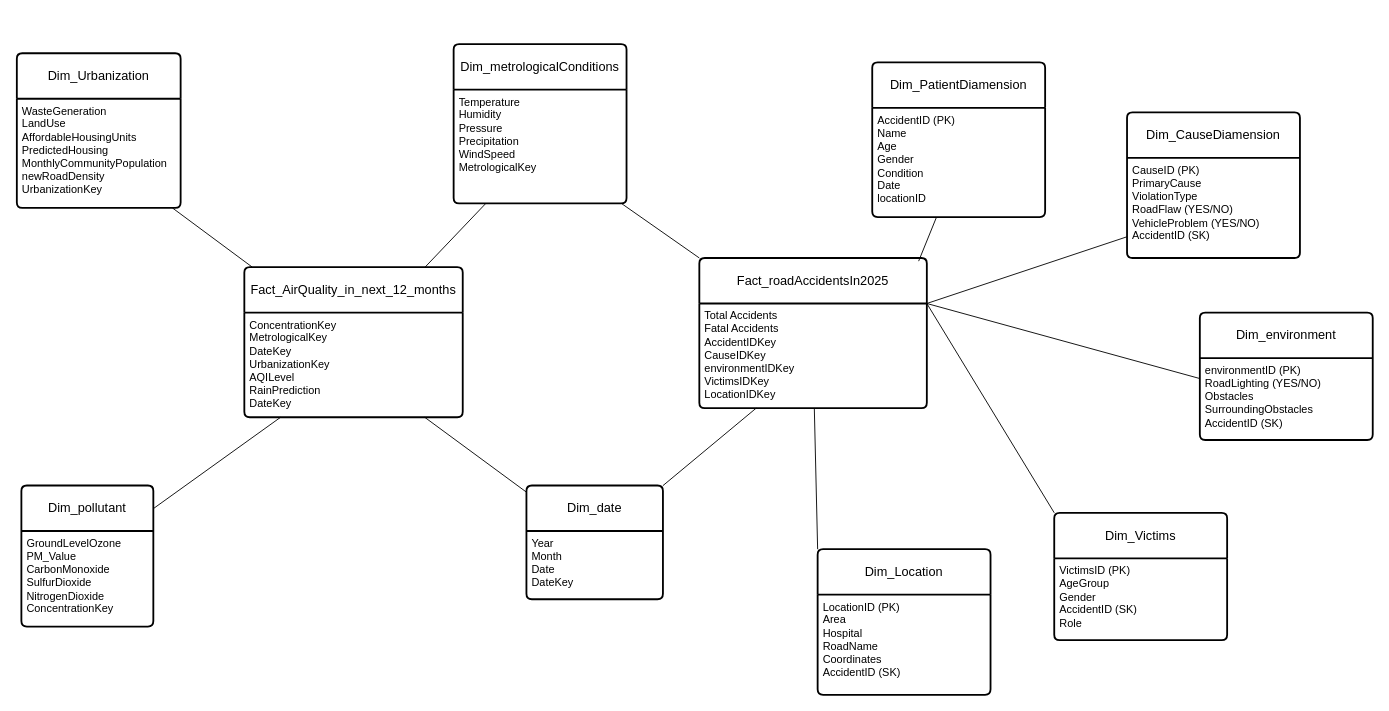
MrRaveen/Weather-Prediction keeps this draw.io diagram as Weather_prediction.drawio. Above is the earlier version. Source tidied: cells renumbered, new cells numbered last; positions are measured from the earlier drawing's top-left corner, leaving out a move shared by most shapes. Both pictures are drawn from the tidied source at 91%, with x=0, y=0 at pixel (16, 44).
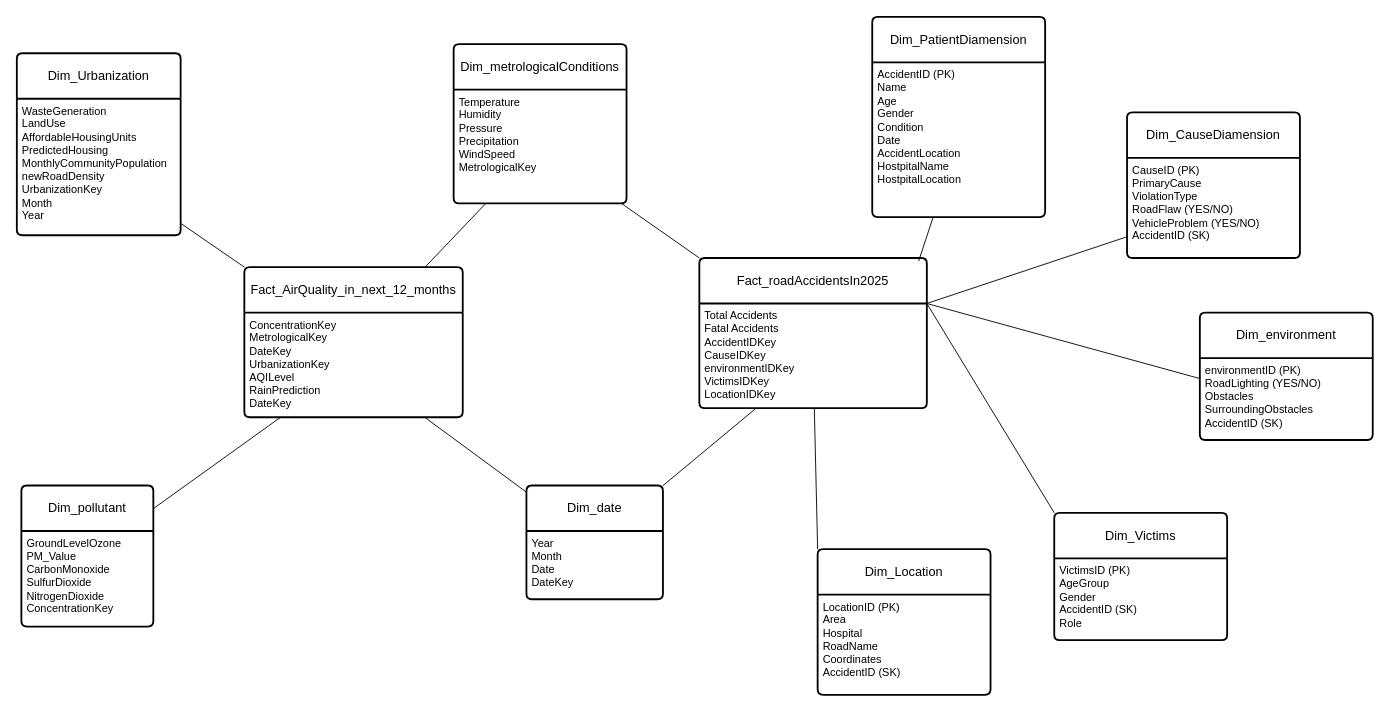
The same diagram, later.

Diff of the diagram source:
```diff
@@
     <mxCell id="4" value="Dim_Urbanization" style="swimlane;horizontal=1;startSize=50;rounded=1;fontSize=14;fontStyle=0;strokeWidth=2;shadow=0;dashed=0;align=center;arcSize=4;whiteSpace=wrap;html=1;" parent="1" vertex="1">
-      <mxGeometry y="10" width="180" height="170" as="geometry" />
+      <mxGeometry y="10" width="180" height="200" as="geometry" />
     </mxCell>
-    <mxCell id="5" value="WasteGeneration&lt;div&gt;LandUse&lt;/div&gt;&lt;div&gt;AffordableHousingUnits&amp;nbsp;&lt;/div&gt;&lt;div&gt;PredictedHousing&lt;/div&gt;&lt;div&gt;MonthlyCommunityPopulation&lt;/div&gt;&lt;div&gt;newRoadDensity&lt;/div&gt;&lt;div&gt;UrbanizationKey&lt;/div&gt;" style="align=left;strokeColor=none;fillColor=none;spacingLeft=4;spacingRight=4;fontSize=12;verticalAlign=top;html=1;whiteSpace=wrap;" parent="4" vertex="1">
-      <mxGeometry y="50" width="180" height="120" as="geometry" />
+    <mxCell id="5" value="WasteGeneration&lt;div&gt;LandUse&lt;/div&gt;&lt;div&gt;AffordableHousingUnits&amp;nbsp;&lt;/div&gt;&lt;div&gt;PredictedHousing&lt;/div&gt;&lt;div&gt;MonthlyCommunityPopulation&lt;/div&gt;&lt;div&gt;newRoadDensity&lt;/div&gt;&lt;div&gt;UrbanizationKey&lt;/div&gt;&lt;div&gt;Month&lt;/div&gt;&lt;div&gt;Year&lt;/div&gt;" style="align=left;strokeColor=none;fillColor=none;spacingLeft=4;spacingRight=4;fontSize=12;verticalAlign=top;html=1;whiteSpace=wrap;" parent="4" vertex="1">
+      <mxGeometry y="50" width="180" height="150" as="geometry" />
     </mxCell>
@@
     <mxCell id="22" value="Dim_PatientDiamension" style="swimlane;horizontal=1;startSize=50;rounded=1;fontSize=14;fontStyle=0;strokeWidth=2;shadow=0;dashed=0;align=center;arcSize=4;whiteSpace=wrap;html=1;" parent="1" vertex="1">
-      <mxGeometry x="940" y="20" width="190" height="170" as="geometry" />
+      <mxGeometry x="940" y="-30" width="190" height="220" as="geometry" />
     </mxCell>
-    <mxCell id="23" value="&lt;div&gt;AccidentID (PK)&lt;/div&gt;Name&lt;div&gt;Age&lt;/div&gt;&lt;div&gt;Gender&lt;/div&gt;&lt;div&gt;Condition&lt;/div&gt;&lt;div&gt;Date&lt;/div&gt;&lt;div&gt;locationID&lt;/div&gt;" style="align=left;strokeColor=none;fillColor=none;spacingLeft=4;spacingRight=4;fontSize=12;verticalAlign=top;html=1;whiteSpace=wrap;" parent="22" vertex="1">
-      <mxGeometry y="50" width="190" height="120" as="geometry" />
+    <mxCell id="23" value="&lt;div&gt;AccidentID (PK)&lt;/div&gt;Name&lt;div&gt;Age&lt;/div&gt;&lt;div&gt;Gender&lt;/div&gt;&lt;div&gt;Condition&lt;/div&gt;&lt;div&gt;Date&lt;/div&gt;&lt;div&gt;AccidentLocation&lt;/div&gt;&lt;div&gt;HostpitalName&lt;/div&gt;&lt;div&gt;HostpitalLocation&lt;/div&gt;" style="align=left;strokeColor=none;fillColor=none;spacingLeft=4;spacingRight=4;fontSize=12;verticalAlign=top;html=1;whiteSpace=wrap;" parent="22" vertex="1">
+      <mxGeometry y="50" width="190" height="170" as="geometry" />
     </mxCell>
```
